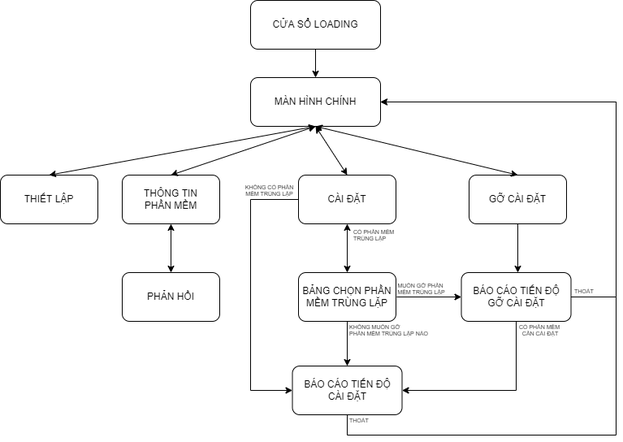
MiMi-Yup/sharing keeps this draw.io diagram as ReadmeAsset/flowUI.png. Above is the earlier version. Source tidied: cells renumbered, new cells last; positions are measured from the earlier drawing's top-left corner, leaving out a move shared by most shapes. Its diagram source:
```xml
<mxGraphModel>
  <root>
    <mxCell id="0" />
    <mxCell id="1" parent="0" />
    <mxCell id="2" style="edgeStyle=orthogonalEdgeStyle;rounded=0;jettySize=auto;html=1;entryX=0.5;entryY=0;entryDx=0;entryDy=0;" parent="1" edge="1" source="3" target="4">
      <mxGeometry relative="1" as="geometry" />
    </mxCell>
    <mxCell id="3" value="CỬA SỔ LOADING" style="rounded=1;whiteSpace=wrap;html=1;" parent="1" vertex="1">
      <mxGeometry x="308" width="160" height="60" as="geometry" />
    </mxCell>
    <mxCell id="4" value="MÀN HÌNH CHÍNH" style="rounded=1;whiteSpace=wrap;html=1;" parent="1" vertex="1">
      <mxGeometry x="308" y="95" width="160" height="60" as="geometry" />
    </mxCell>
    <mxCell id="5" value="THIẾT LẬP" style="rounded=1;whiteSpace=wrap;html=1;" parent="1" vertex="1">
      <mxGeometry y="215" width="120" height="60" as="geometry" />
    </mxCell>
    <mxCell id="6" value="CÀI ĐẶT" style="rounded=1;whiteSpace=wrap;html=1;" parent="1" vertex="1">
      <mxGeometry x="367" y="215" width="120" height="60" as="geometry" />
    </mxCell>
    <mxCell id="7" style="edgeStyle=orthogonalEdgeStyle;rounded=0;jettySize=auto;html=1;entryX=0.5;entryY=0;entryDx=0;entryDy=0;" parent="1" edge="1" source="8">
      <mxGeometry relative="1" as="geometry">
        <mxPoint x="637" y="335" as="targetPoint" />
      </mxGeometry>
    </mxCell>
    <mxCell id="8" value="GỠ CÀI ĐẶT" style="rounded=1;whiteSpace=wrap;html=1;" parent="1" vertex="1">
      <mxGeometry x="577" y="215" width="120" height="60" as="geometry" />
    </mxCell>
    <mxCell id="9" value="THÔNG TIN&lt;br&gt;PHẦN MỀM" style="rounded=1;whiteSpace=wrap;html=1;" parent="1" vertex="1">
      <mxGeometry x="150" y="215" width="120" height="60" as="geometry" />
    </mxCell>
    <mxCell id="10" value="PHẢN HỒI" style="rounded=1;whiteSpace=wrap;html=1;" parent="1" vertex="1">
      <mxGeometry x="150" y="335" width="120" height="60" as="geometry" />
    </mxCell>
    <mxCell id="11" style="endArrow=classic;startArrow=classic;html=1;rounded=0;entryX=0.5;entryY=1;entryDx=0;entryDy=0;exitX=0.5;exitY=0;exitDx=0;exitDy=0;" parent="1" edge="1" source="5" target="4">
      <mxGeometry relative="1" as="geometry" />
    </mxCell>
    <mxCell id="12" style="endArrow=classic;startArrow=classic;html=1;rounded=0;entryX=0.5;entryY=0;entryDx=0;entryDy=0;" parent="1" edge="1" target="9">
      <mxGeometry relative="1" as="geometry">
        <mxPoint x="388" y="155" as="sourcePoint" />
      </mxGeometry>
    </mxCell>
    <mxCell id="13" style="endArrow=classic;startArrow=classic;html=1;rounded=0;entryX=0.5;entryY=0;entryDx=0;entryDy=0;" parent="1" edge="1" target="6">
      <mxGeometry relative="1" as="geometry">
        <mxPoint x="388" y="155" as="sourcePoint" />
      </mxGeometry>
    </mxCell>
    <mxCell id="14" style="endArrow=classic;startArrow=classic;html=1;rounded=0;exitX=0.5;exitY=1;exitDx=0;exitDy=0;entryX=0.5;entryY=0;entryDx=0;entryDy=0;" parent="1" edge="1" source="4" target="8">
      <mxGeometry relative="1" as="geometry" />
    </mxCell>
    <mxCell id="15" style="endArrow=classic;startArrow=classic;html=1;rounded=0;entryX=0.5;entryY=1;entryDx=0;entryDy=0;" parent="1" edge="1" source="10" target="9">
      <mxGeometry relative="1" as="geometry" />
    </mxCell>
    <mxCell id="16" style="edgeStyle=orthogonalEdgeStyle;rounded=0;jettySize=auto;html=1;entryX=0.5;entryY=0;entryDx=0;entryDy=0;" parent="1" edge="1" source="17" target="19">
      <mxGeometry relative="1" as="geometry" />
    </mxCell>
    <mxCell id="17" value="BẢNG CHỌN PHẦN MỀM TRÙNG LẶP" style="rounded=1;whiteSpace=wrap;html=1;" parent="1" vertex="1">
      <mxGeometry x="367" y="335" width="120" height="60" as="geometry" />
    </mxCell>
    <mxCell id="18" style="endArrow=classic;startArrow=classic;html=1;rounded=0;entryX=0.5;entryY=1;entryDx=0;entryDy=0;exitX=0.5;exitY=0;exitDx=0;exitDy=0;" parent="1" edge="1" source="17" target="6">
      <mxGeometry relative="1" as="geometry" />
    </mxCell>
    <mxCell id="19" value="BÁO CÁO TIẾN ĐỘ&lt;br&gt;CÀI ĐẶT" style="rounded=1;whiteSpace=wrap;html=1;" parent="1" vertex="1">
      <mxGeometry x="359.5" y="450" width="135" height="60" as="geometry" />
    </mxCell>
    <mxCell id="20" value="BÁO CÁO TIẾN ĐỘ&lt;br&gt;GỠ CÀI ĐẶT" style="rounded=1;whiteSpace=wrap;html=1;" parent="1" vertex="1">
      <mxGeometry x="567.5" y="335" width="135" height="60" as="geometry" />
    </mxCell>
    <mxCell id="21" style="endArrow=classic;html=1;rounded=0;exitX=0;exitY=0.5;exitDx=0;exitDy=0;entryX=0;entryY=0.5;entryDx=0;entryDy=0;" parent="1" edge="1" source="6" target="19">
      <mxGeometry relative="1" as="geometry">
        <Array as="points">
          <mxPoint x="308" y="245" />
          <mxPoint x="308" y="480" />
        </Array>
      </mxGeometry>
    </mxCell>
    <mxCell id="22" style="endArrow=classic;html=1;rounded=0;exitX=0.5;exitY=1;exitDx=0;exitDy=0;entryX=1;entryY=0.5;entryDx=0;entryDy=0;" parent="1" edge="1" source="20" target="19">
      <mxGeometry relative="1" as="geometry">
        <Array as="points">
          <mxPoint x="635" y="480" />
        </Array>
      </mxGeometry>
    </mxCell>
    <mxCell id="23" style="endArrow=classic;html=1;rounded=0;exitX=0.5;exitY=1;exitDx=0;exitDy=0;entryX=1;entryY=0.5;entryDx=0;entryDy=0;" parent="1" edge="1" source="19" target="4">
      <mxGeometry relative="1" as="geometry">
        <Array as="points">
          <mxPoint x="427" y="535" />
          <mxPoint x="758" y="535" />
          <mxPoint x="758" y="125" />
        </Array>
      </mxGeometry>
    </mxCell>
    <mxCell id="24" style="endArrow=classic;html=1;rounded=0;exitX=1;exitY=0.5;exitDx=0;exitDy=0;entryX=1;entryY=0.5;entryDx=0;entryDy=0;" parent="1" edge="1" source="20" target="4">
      <mxGeometry relative="1" as="geometry">
        <Array as="points">
          <mxPoint x="758" y="365" />
          <mxPoint x="758" y="125" />
        </Array>
      </mxGeometry>
    </mxCell>
    <mxCell id="25" value="CÓ PHẦN MỀM &lt;br&gt;TRÙNG LẶP" style="text;whiteSpace=wrap;html=1;fontSize=7;rotation=0;" parent="1" vertex="1">
      <mxGeometry x="432.5" y="275" width="62" height="30" as="geometry" />
    </mxCell>
    <mxCell id="26" value="CÓ PHẦN MỀM &lt;br&gt;CẦN CÀI ĐẶT" style="text;whiteSpace=wrap;html=1;fontSize=7;rotation=0;align=center;" parent="1" vertex="1">
      <mxGeometry x="635" y="392" width="60" height="30" as="geometry" />
    </mxCell>
    <mxCell id="27" value="THOÁT" style="text;whiteSpace=wrap;html=1;fontSize=7;rotation=0;" parent="1" vertex="1">
      <mxGeometry x="704.5" y="348" width="33.5" height="27" as="geometry" />
    </mxCell>
    <mxCell id="28" value="KHÔNG MUỐN GỠ &lt;br&gt;PHẦN MỀM TRÙNG LẶP NÀO" style="text;whiteSpace=wrap;html=1;fontSize=7;rotation=0;" parent="1" vertex="1">
      <mxGeometry x="428" y="392" width="100.5" height="30" as="geometry" />
    </mxCell>
    <mxCell id="29" value="MUỐN GỠ PHẦN &lt;br&gt;MỀM TRÙNG LẶP" style="text;whiteSpace=wrap;html=1;fontSize=7;rotation=0;align=center;" parent="1" vertex="1">
      <mxGeometry x="468" y="341" width="100.5" height="30" as="geometry" />
    </mxCell>
    <mxCell id="30" style="endArrow=classic;html=1;rounded=0;fontSize=7;entryX=0;entryY=0.5;entryDx=0;entryDy=0;" parent="1" edge="1" target="20">
      <mxGeometry relative="1" as="geometry">
        <mxPoint x="488" y="365" as="sourcePoint" />
      </mxGeometry>
    </mxCell>
    <mxCell id="31" value="THOÁT" style="text;whiteSpace=wrap;html=1;fontSize=7;rotation=0;" parent="1" vertex="1">
      <mxGeometry x="428" y="507" width="33.5" height="27" as="geometry" />
    </mxCell>
    <mxCell id="32" value="KHÔNG CÓ PHẦN MỀM TRÙNG LẶP" style="text;whiteSpace=wrap;html=1;fontSize=7;rotation=0;align=center;" parent="1" vertex="1">
      <mxGeometry x="295" y="220" width="73" height="30" as="geometry" />
    </mxCell>
  </root>
</mxGraphModel>
```
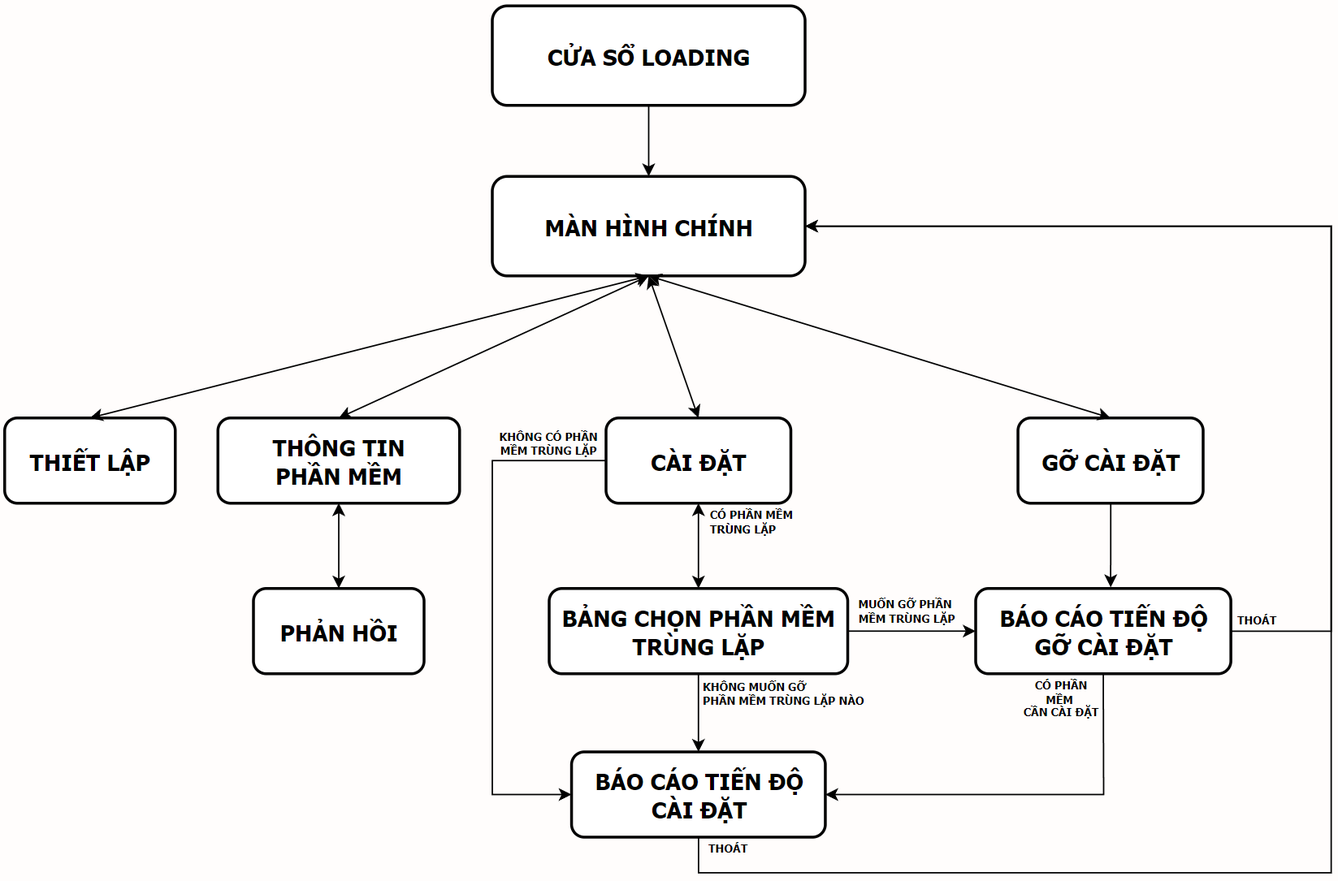
The same file after the commit.

What changed in the source:
```diff
@@ -1,48 +1,44 @@
-<mxGraphModel>
+<mxGraphModel background="#FFFDFC">
   <root>
     <mxCell id="0" />
     <mxCell id="1" parent="0" />
     <mxCell id="2" style="edgeStyle=orthogonalEdgeStyle;rounded=0;jettySize=auto;html=1;entryX=0.5;entryY=0;entryDx=0;entryDy=0;" parent="1" edge="1" source="3" target="4">
       <mxGeometry relative="1" as="geometry" />
     </mxCell>
-    <mxCell id="3" value="CỬA SỔ LOADING" style="rounded=1;whiteSpace=wrap;html=1;" parent="1" vertex="1">
-      <mxGeometry x="308" width="160" height="60" as="geometry" />
+    <mxCell id="3" value="CỬA SỔ LOADING" style="rounded=1;whiteSpace=wrap;html=1;fontFamily=Tahoma;fontStyle=1;fontSize=16;labelBorderColor=none;strokeWidth=2;" parent="1" vertex="1">
+      <mxGeometry x="278" y="-75" width="220" height="70" as="geometry" />
     </mxCell>
-    <mxCell id="4" value="MÀN HÌNH CHÍNH" style="rounded=1;whiteSpace=wrap;html=1;" parent="1" vertex="1">
-      <mxGeometry x="308" y="95" width="160" height="60" as="geometry" />
+    <mxCell id="4" value="MÀN HÌNH CHÍNH" style="rounded=1;whiteSpace=wrap;html=1;fontFamily=Tahoma;fontStyle=1;fontSize=16;labelBorderColor=none;strokeWidth=2;" parent="1" vertex="1">
+      <mxGeometry x="278" y="45" width="220" height="70" as="geometry" />
     </mxCell>
-    <mxCell id="5" value="THIẾT LẬP" style="rounded=1;whiteSpace=wrap;html=1;" parent="1" vertex="1">
-      <mxGeometry y="215" width="120" height="60" as="geometry" />
+    <mxCell id="5" value="THIẾT LẬP" style="rounded=1;whiteSpace=wrap;html=1;fontFamily=Tahoma;fontStyle=1;fontSize=16;labelBorderColor=none;strokeWidth=2;" parent="1" vertex="1">
+      <mxGeometry x="-65" y="215" width="120" height="60" as="geometry" />
     </mxCell>
-    <mxCell id="6" value="CÀI ĐẶT" style="rounded=1;whiteSpace=wrap;html=1;" parent="1" vertex="1">
-      <mxGeometry x="367" y="215" width="120" height="60" as="geometry" />
+    <mxCell id="6" value="CÀI ĐẶT" style="rounded=1;whiteSpace=wrap;html=1;fontFamily=Tahoma;fontStyle=1;fontSize=16;labelBorderColor=none;strokeWidth=2;" parent="1" vertex="1">
+      <mxGeometry x="358" y="215" width="130" height="60" as="geometry" />
     </mxCell>
-    <mxCell id="7" style="edgeStyle=orthogonalEdgeStyle;rounded=0;jettySize=auto;html=1;entryX=0.5;entryY=0;entryDx=0;entryDy=0;" parent="1" edge="1" source="8">
-      <mxGeometry relative="1" as="geometry">
-        <mxPoint x="637" y="335" as="targetPoint" />
-      </mxGeometry>
-    </mxCell>
+    <mxCell id="33" style="edgeStyle=orthogonalEdgeStyle;rounded=0;jettySize=auto;html=1;entryX=0.529;entryY=-0.014;entryDx=0;entryDy=0;entryPerimeter=0;fontFamily=Tahoma;fontSize=16;" parent="1" edge="1" source="8" target="20">
+      <mxGeometry relative="1" as="geometry" />
+    </mxCell>
-    <mxCell id="8" value="GỠ CÀI ĐẶT" style="rounded=1;whiteSpace=wrap;html=1;" parent="1" vertex="1">
-      <mxGeometry x="577" y="215" width="120" height="60" as="geometry" />
+    <mxCell id="8" value="GỠ CÀI ĐẶT" style="rounded=1;whiteSpace=wrap;html=1;fontFamily=Tahoma;fontStyle=1;fontSize=16;labelBorderColor=none;strokeWidth=2;" parent="1" vertex="1">
+      <mxGeometry x="647.8" y="215" width="130.2" height="60" as="geometry" />
     </mxCell>
-    <mxCell id="9" value="THÔNG TIN&lt;br&gt;PHẦN MỀM" style="rounded=1;whiteSpace=wrap;html=1;" parent="1" vertex="1">
-      <mxGeometry x="150" y="215" width="120" height="60" as="geometry" />
+    <mxCell id="9" value="THÔNG TIN&lt;br style=&quot;font-size: 16px;&quot;&gt;PHẦN MỀM" style="rounded=1;whiteSpace=wrap;html=1;fontFamily=Tahoma;fontStyle=1;fontSize=16;labelBorderColor=none;strokeWidth=2;" parent="1" vertex="1">
+      <mxGeometry x="85" y="215" width="170" height="60" as="geometry" />
     </mxCell>
-    <mxCell id="10" value="PHẢN HỒI" style="rounded=1;whiteSpace=wrap;html=1;" parent="1" vertex="1">
-      <mxGeometry x="150" y="335" width="120" height="60" as="geometry" />
+    <mxCell id="10" value="PHẢN HỒI" style="rounded=1;whiteSpace=wrap;html=1;fontFamily=Tahoma;fontStyle=1;fontSize=16;labelBorderColor=none;strokeWidth=2;" parent="1" vertex="1">
+      <mxGeometry x="110" y="335" width="120" height="60" as="geometry" />
     </mxCell>
     <mxCell id="11" style="endArrow=classic;startArrow=classic;html=1;rounded=0;entryX=0.5;entryY=1;entryDx=0;entryDy=0;exitX=0.5;exitY=0;exitDx=0;exitDy=0;" parent="1" edge="1" source="5" target="4">
       <mxGeometry relative="1" as="geometry" />
     </mxCell>
     <mxCell id="12" style="endArrow=classic;startArrow=classic;html=1;rounded=0;entryX=0.5;entryY=0;entryDx=0;entryDy=0;" parent="1" edge="1" target="9">
       <mxGeometry relative="1" as="geometry">
-        <mxPoint x="388" y="155" as="sourcePoint" />
+        <mxPoint x="388" y="115" as="sourcePoint" />
       </mxGeometry>
     </mxCell>
-    <mxCell id="13" style="endArrow=classic;startArrow=classic;html=1;rounded=0;entryX=0.5;entryY=0;entryDx=0;entryDy=0;" parent="1" edge="1" target="6">
-      <mxGeometry relative="1" as="geometry">
-        <mxPoint x="388" y="155" as="sourcePoint" />
-      </mxGeometry>
+    <mxCell id="13" style="endArrow=classic;startArrow=classic;html=1;rounded=0;entryX=0.5;entryY=0;entryDx=0;entryDy=0;exitX=0.5;exitY=1;exitDx=0;exitDy=0;" parent="1" edge="1" source="4" target="6">
+      <mxGeometry relative="1" as="geometry" />
     </mxCell>
     <mxCell id="14" style="endArrow=classic;startArrow=classic;html=1;rounded=0;exitX=0.5;exitY=1;exitDx=0;exitDy=0;entryX=0.5;entryY=0;entryDx=0;entryDy=0;" parent="1" edge="1" source="4" target="8">
       <mxGeometry relative="1" as="geometry" />
@@ -53,75 +49,73 @@
     <mxCell id="16" style="edgeStyle=orthogonalEdgeStyle;rounded=0;jettySize=auto;html=1;entryX=0.5;entryY=0;entryDx=0;entryDy=0;" parent="1" edge="1" source="17" target="19">
       <mxGeometry relative="1" as="geometry" />
     </mxCell>
+    <mxCell id="34" style="edgeStyle=orthogonalEdgeStyle;rounded=0;jettySize=auto;html=1;entryX=0;entryY=0.5;entryDx=0;entryDy=0;fontFamily=Tahoma;fontSize=16;" parent="1" edge="1" source="17" target="20">
+      <mxGeometry relative="1" as="geometry" />
+    </mxCell>
-    <mxCell id="17" value="BẢNG CHỌN PHẦN MỀM TRÙNG LẶP" style="rounded=1;whiteSpace=wrap;html=1;" parent="1" vertex="1">
-      <mxGeometry x="367" y="335" width="120" height="60" as="geometry" />
+    <mxCell id="17" value="BẢNG CHỌN PHẦN MỀM TRÙNG LẶP" style="rounded=1;whiteSpace=wrap;html=1;fontFamily=Tahoma;fontStyle=1;fontSize=16;labelBorderColor=none;strokeWidth=2;" parent="1" vertex="1">
+      <mxGeometry x="318" y="335" width="210" height="60" as="geometry" />
     </mxCell>
     <mxCell id="18" style="endArrow=classic;startArrow=classic;html=1;rounded=0;entryX=0.5;entryY=1;entryDx=0;entryDy=0;exitX=0.5;exitY=0;exitDx=0;exitDy=0;" parent="1" edge="1" source="17" target="6">
       <mxGeometry relative="1" as="geometry" />
     </mxCell>
-    <mxCell id="19" value="BÁO CÁO TIẾN ĐỘ&lt;br&gt;CÀI ĐẶT" style="rounded=1;whiteSpace=wrap;html=1;" parent="1" vertex="1">
-      <mxGeometry x="359.5" y="450" width="135" height="60" as="geometry" />
+    <mxCell id="19" value="BÁO CÁO TIẾN ĐỘ&lt;br style=&quot;font-size: 16px;&quot;&gt;CÀI ĐẶT" style="rounded=1;whiteSpace=wrap;html=1;fontFamily=Tahoma;fontStyle=1;fontSize=16;labelBorderColor=none;strokeWidth=2;" parent="1" vertex="1">
+      <mxGeometry x="333.8" y="450" width="178.5" height="60" as="geometry" />
     </mxCell>
-    <mxCell id="20" value="BÁO CÁO TIẾN ĐỘ&lt;br&gt;GỠ CÀI ĐẶT" style="rounded=1;whiteSpace=wrap;html=1;" parent="1" vertex="1">
-      <mxGeometry x="567.5" y="335" width="135" height="60" as="geometry" />
+    <mxCell id="20" value="BÁO CÁO TIẾN ĐỘ&lt;br style=&quot;font-size: 16px;&quot;&gt;GỠ CÀI ĐẶT" style="rounded=1;whiteSpace=wrap;html=1;fontFamily=Tahoma;fontStyle=1;fontSize=16;labelBorderColor=none;strokeWidth=2;" parent="1" vertex="1">
+      <mxGeometry x="618" y="335" width="179.5" height="60" as="geometry" />
     </mxCell>
     <mxCell id="21" style="endArrow=classic;html=1;rounded=0;exitX=0;exitY=0.5;exitDx=0;exitDy=0;entryX=0;entryY=0.5;entryDx=0;entryDy=0;" parent="1" edge="1" source="6" target="19">
       <mxGeometry relative="1" as="geometry">
         <Array as="points">
-          <mxPoint x="308" y="245" />
-          <mxPoint x="308" y="480" />
+          <mxPoint x="278" y="245" />
+          <mxPoint x="278" y="480" />
         </Array>
       </mxGeometry>
     </mxCell>
     <mxCell id="22" style="endArrow=classic;html=1;rounded=0;exitX=0.5;exitY=1;exitDx=0;exitDy=0;entryX=1;entryY=0.5;entryDx=0;entryDy=0;" parent="1" edge="1" source="20" target="19">
       <mxGeometry relative="1" as="geometry">
         <Array as="points">
-          <mxPoint x="635" y="480" />
+          <mxPoint x="708" y="480" />
         </Array>
       </mxGeometry>
     </mxCell>
     <mxCell id="23" style="endArrow=classic;html=1;rounded=0;exitX=0.5;exitY=1;exitDx=0;exitDy=0;entryX=1;entryY=0.5;entryDx=0;entryDy=0;" parent="1" edge="1" source="19" target="4">
       <mxGeometry relative="1" as="geometry">
         <Array as="points">
-          <mxPoint x="427" y="535" />
-          <mxPoint x="758" y="535" />
-          <mxPoint x="758" y="125" />
+          <mxPoint x="423" y="535" />
+          <mxPoint x="868" y="535" />
+          <mxPoint x="868" y="80" />
         </Array>
       </mxGeometry>
     </mxCell>
     <mxCell id="24" style="endArrow=classic;html=1;rounded=0;exitX=1;exitY=0.5;exitDx=0;exitDy=0;entryX=1;entryY=0.5;entryDx=0;entryDy=0;" parent="1" edge="1" source="20" target="4">
       <mxGeometry relative="1" as="geometry">
         <Array as="points">
-          <mxPoint x="758" y="365" />
-          <mxPoint x="758" y="125" />
+          <mxPoint x="868" y="365" />
+          <mxPoint x="868" y="80" />
         </Array>
       </mxGeometry>
     </mxCell>
-    <mxCell id="25" value="CÓ PHẦN MỀM &lt;br&gt;TRÙNG LẶP" style="text;whiteSpace=wrap;html=1;fontSize=7;rotation=0;" parent="1" vertex="1">
-      <mxGeometry x="432.5" y="275" width="62" height="30" as="geometry" />
+    <mxCell id="25" value="CÓ PHẦN MỀM &lt;br&gt;TRÙNG LẶP" style="text;whiteSpace=wrap;html=1;fontSize=7;rotation=0;fontStyle=1;fontFamily=Tahoma;" parent="1" vertex="1">
+      <mxGeometry x="428.5" y="272" width="62" height="30" as="geometry" />
     </mxCell>
-    <mxCell id="26" value="CÓ PHẦN MỀM &lt;br&gt;CẦN CÀI ĐẶT" style="text;whiteSpace=wrap;html=1;fontSize=7;rotation=0;align=center;" parent="1" vertex="1">
-      <mxGeometry x="635" y="392" width="60" height="30" as="geometry" />
+    <mxCell id="26" value="CÓ PHẦN MỀM &lt;br&gt;CẦN CÀI ĐẶT" style="text;whiteSpace=wrap;html=1;fontSize=7;rotation=0;align=center;fontStyle=1;fontFamily=Tahoma;" parent="1" vertex="1">
+      <mxGeometry x="647.8" y="392" width="60" height="30" as="geometry" />
     </mxCell>
-    <mxCell id="27" value="THOÁT" style="text;whiteSpace=wrap;html=1;fontSize=7;rotation=0;" parent="1" vertex="1">
-      <mxGeometry x="704.5" y="348" width="33.5" height="27" as="geometry" />
+    <mxCell id="27" value="THOÁT" style="text;whiteSpace=wrap;html=1;fontSize=7;rotation=0;fontStyle=1;fontFamily=Tahoma;" parent="1" vertex="1">
+      <mxGeometry x="799.5" y="346" width="33.5" height="27" as="geometry" />
     </mxCell>
-    <mxCell id="28" value="KHÔNG MUỐN GỠ &lt;br&gt;PHẦN MỀM TRÙNG LẶP NÀO" style="text;whiteSpace=wrap;html=1;fontSize=7;rotation=0;" parent="1" vertex="1">
-      <mxGeometry x="428" y="392" width="100.5" height="30" as="geometry" />
+    <mxCell id="28" value="KHÔNG MUỐN GỠ &lt;br&gt;PHẦN MỀM TRÙNG LẶP NÀO" style="text;whiteSpace=wrap;html=1;fontSize=7;rotation=0;fontStyle=1;fontFamily=Tahoma;" parent="1" vertex="1">
+      <mxGeometry x="424" y="392" width="120" height="30" as="geometry" />
     </mxCell>
-    <mxCell id="29" value="MUỐN GỠ PHẦN &lt;br&gt;MỀM TRÙNG LẶP" style="text;whiteSpace=wrap;html=1;fontSize=7;rotation=0;align=center;" parent="1" vertex="1">
-      <mxGeometry x="468" y="341" width="100.5" height="30" as="geometry" />
+    <mxCell id="29" value="MUỐN GỠ PHẦN &lt;br&gt;MỀM TRÙNG LẶP" style="text;whiteSpace=wrap;html=1;fontSize=7;rotation=0;align=center;fontStyle=1;fontFamily=Tahoma;" parent="1" vertex="1">
+      <mxGeometry x="512.2" y="339" width="100.5" height="30" as="geometry" />
     </mxCell>
-    <mxCell id="30" style="endArrow=classic;html=1;rounded=0;fontSize=7;entryX=0;entryY=0.5;entryDx=0;entryDy=0;" parent="1" edge="1" target="20">
-      <mxGeometry relative="1" as="geometry">
-        <mxPoint x="488" y="365" as="sourcePoint" />
-      </mxGeometry>
-    </mxCell>
-    <mxCell id="31" value="THOÁT" style="text;whiteSpace=wrap;html=1;fontSize=7;rotation=0;" parent="1" vertex="1">
+    <mxCell id="31" value="THOÁT" style="text;whiteSpace=wrap;html=1;fontSize=7;rotation=0;fontStyle=1;fontFamily=Tahoma;" parent="1" vertex="1">
       <mxGeometry x="428" y="507" width="33.5" height="27" as="geometry" />
     </mxCell>
-    <mxCell id="32" value="KHÔNG CÓ PHẦN MỀM TRÙNG LẶP" style="text;whiteSpace=wrap;html=1;fontSize=7;rotation=0;align=center;" parent="1" vertex="1">
-      <mxGeometry x="295" y="220" width="73" height="30" as="geometry" />
+    <mxCell id="32" value="KHÔNG CÓ PHẦN MỀM TRÙNG LẶP" style="text;whiteSpace=wrap;html=1;fontSize=7;rotation=0;align=center;fontStyle=1;fontFamily=Tahoma;" parent="1" vertex="1">
+      <mxGeometry x="286" y="220" width="73" height="30" as="geometry" />
     </mxCell>
   </root>
 </mxGraphModel>
```
